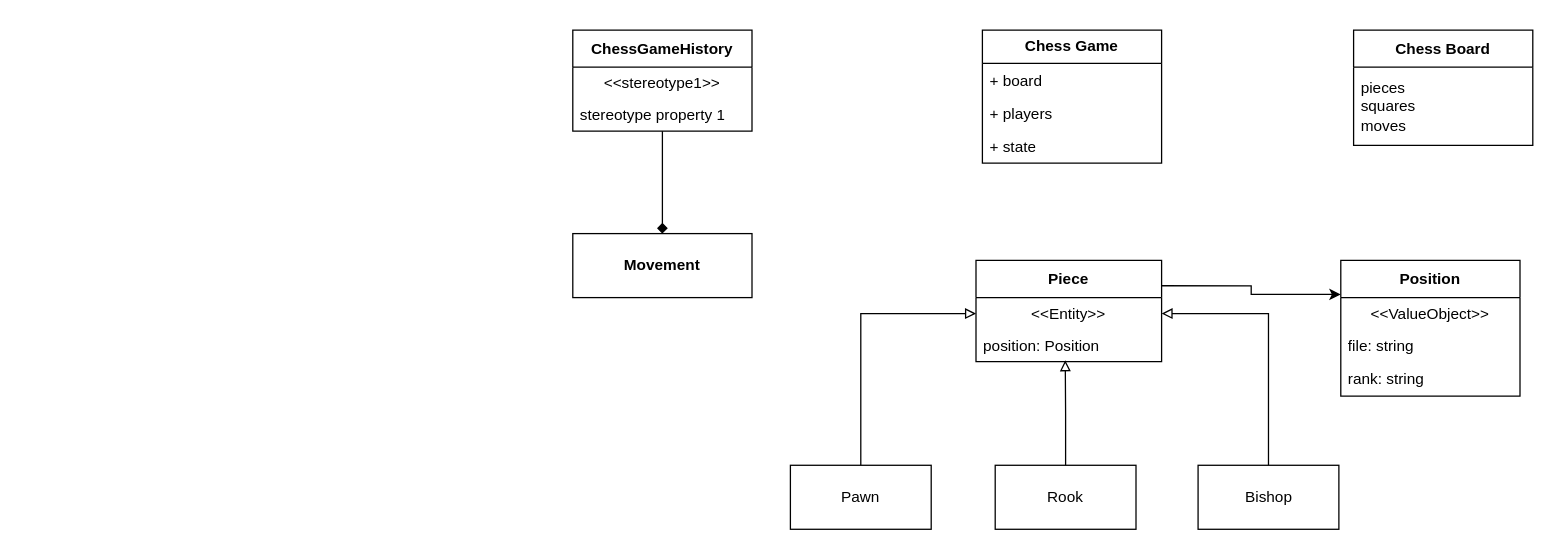
Earlier version of the draw.io diagram Diagrams/Chess.drawio (stanislavorlov/chess-game). Source tidied: cells renumbered, new cells numbered last; positions are measured from the earlier drawing's top-left corner, leaving out a move shared by most shapes. Both pictures are drawn from the tidied source at 128%, with x=0, y=0 at pixel (572, 29).
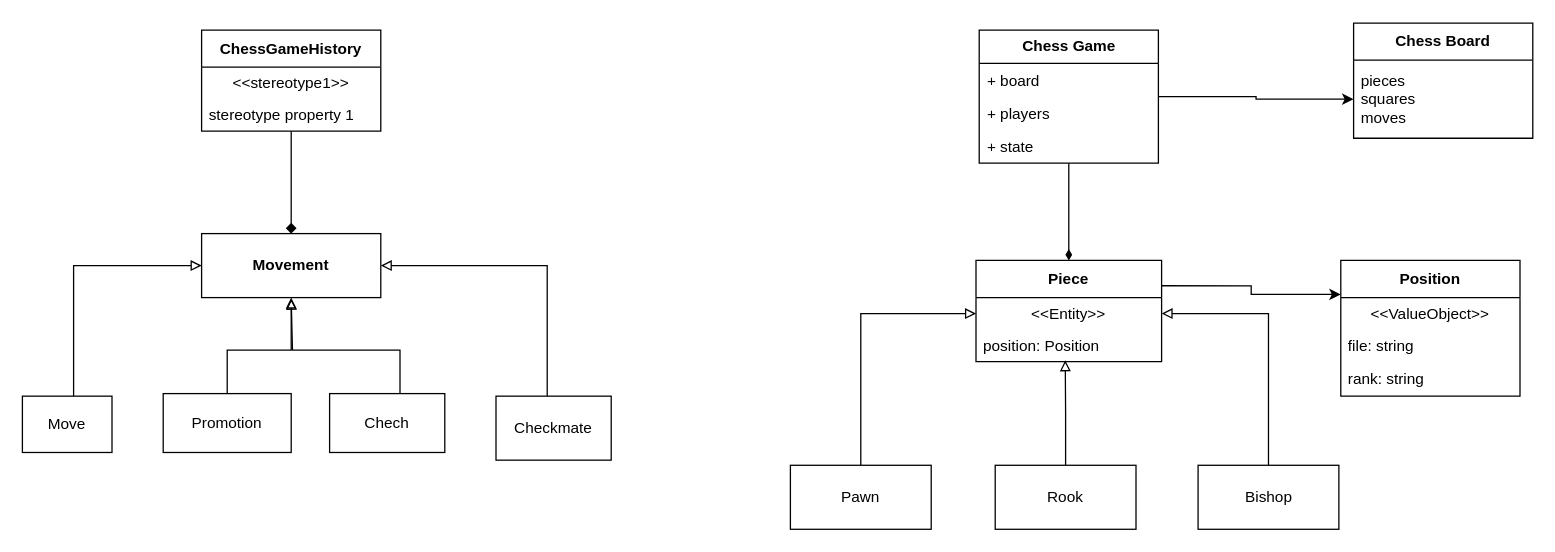
After the change.

Commit message:
Class Diagram

Unchanged cells that the change refers to:
```xml
<mxCell id="3" value="Piece" style="swimlane;fontStyle=1;align=center;verticalAlign=middle;horizontal=1;startSize=29;html=1;whiteSpace=wrap;" parent="1" vertex="1">
  <mxGeometry x="315" y="180" width="145" height="79" as="geometry" />
</mxCell>
<mxCell id="21" value="pieces&lt;div&gt;squares&lt;/div&gt;&lt;div&gt;moves&lt;/div&gt;" style="text;html=1;strokeColor=none;fillColor=none;align=left;verticalAlign=middle;spacingLeft=4;spacingRight=4;overflow=hidden;points=[[0,0.5],[1,0.5]];portConstraint=eastwest;whiteSpace=wrap;" parent="20" vertex="1">
  <mxGeometry y="29" width="140" height="61" as="geometry" />
</mxCell>
```

Change to the diagram source:
```diff
@@
+    <mxCell id="27" style="edgeStyle=orthogonalEdgeStyle;rounded=0;jettySize=auto;html=1;entryX=0.5;entryY=0;entryDx=0;entryDy=0;endArrow=diamondThin;endFill=1;" parent="1" edge="1" source="16" target="3">
+      <mxGeometry relative="1" as="geometry" />
+    </mxCell>
+    <mxCell id="28" style="edgeStyle=orthogonalEdgeStyle;rounded=0;jettySize=auto;html=1;entryX=0;entryY=0.5;entryDx=0;entryDy=0;" parent="1" edge="1" source="16" target="21">
+      <mxGeometry relative="1" as="geometry" />
+    </mxCell>
     <mxCell id="16" value="&lt;b&gt;Chess Game&lt;/b&gt;" style="swimlane;fontStyle=0;horizontal=1;startSize=26;fillColor=none;whiteSpace=wrap;html=1;" parent="1" vertex="1">
-      <mxGeometry x="320" width="140" height="104" as="geometry" />
+      <mxGeometry x="317.5" width="140" height="104" as="geometry" />
     </mxCell>
@@
     <mxCell id="20" value="Chess Board" style="swimlane;fontStyle=1;align=center;verticalAlign=middle;horizontal=1;startSize=29;html=1;whiteSpace=wrap;" parent="1" vertex="1">
-      <mxGeometry x="610" width="140" height="90" as="geometry" />
+      <mxGeometry x="610" y="-5.5" width="140" height="90" as="geometry" />
     </mxCell>
@@
     <mxCell id="23" value="ChessGameHistory" style="swimlane;fontStyle=1;align=center;verticalAlign=middle;horizontal=1;startSize=29;html=1;whiteSpace=wrap;" parent="1" vertex="1">
-      <mxGeometry width="140" height="79" as="geometry" />
+      <mxGeometry x="-290" width="140" height="79" as="geometry" />
     </mxCell>
@@
     <mxCell id="26" value="Movement" style="html=1;whiteSpace=wrap;fontStyle=1;" parent="1" vertex="1">
-      <mxGeometry y="159" width="140" height="50" as="geometry" />
+      <mxGeometry x="-290" y="159" width="140" height="50" as="geometry" />
     </mxCell>
+    <mxCell id="29" style="edgeStyle=orthogonalEdgeStyle;rounded=0;jettySize=auto;html=1;entryX=0;entryY=0.5;entryDx=0;entryDy=0;endArrow=block;endFill=0;" parent="1" edge="1" source="30" target="26">
+      <mxGeometry relative="1" as="geometry">
+        <Array as="points">
+          <mxPoint x="-390" y="184" />
+        </Array>
+      </mxGeometry>
+    </mxCell>
+    <mxCell id="30" value="Move" style="html=1;whiteSpace=wrap;" parent="1" vertex="1">
+      <mxGeometry x="-430" y="286" width="70" height="44" as="geometry" />
+    </mxCell>
+    <mxCell id="31" style="edgeStyle=orthogonalEdgeStyle;rounded=0;jettySize=auto;html=1;endArrow=block;endFill=0;" parent="1" edge="1" source="32" target="26">
+      <mxGeometry relative="1" as="geometry">
+        <Array as="points">
+          <mxPoint x="-270" y="250" />
+          <mxPoint x="-220" y="250" />
+        </Array>
+      </mxGeometry>
+    </mxCell>
+    <mxCell id="32" value="Promotion" style="html=1;whiteSpace=wrap;" parent="1" vertex="1">
+      <mxGeometry x="-320" y="284" width="100" height="46" as="geometry" />
+    </mxCell>
+    <mxCell id="33" style="edgeStyle=orthogonalEdgeStyle;rounded=0;jettySize=auto;html=1;endArrow=block;endFill=0;" parent="1" edge="1" source="34">
+      <mxGeometry relative="1" as="geometry">
+        <mxPoint x="-220" y="210" as="targetPoint" />
+        <Array as="points">
+          <mxPoint x="-135" y="250" />
+          <mxPoint x="-219" y="250" />
+        </Array>
+      </mxGeometry>
+    </mxCell>
+    <mxCell id="34" value="Chech" style="html=1;whiteSpace=wrap;" parent="1" vertex="1">
+      <mxGeometry x="-190" y="284" width="90" height="46" as="geometry" />
+    </mxCell>
+    <mxCell id="35" style="edgeStyle=orthogonalEdgeStyle;rounded=0;jettySize=auto;html=1;entryX=1;entryY=0.5;entryDx=0;entryDy=0;endArrow=block;endFill=0;" parent="1" edge="1" source="36" target="26">
+      <mxGeometry relative="1" as="geometry">
+        <Array as="points">
+          <mxPoint x="-20" y="184" />
+        </Array>
+      </mxGeometry>
+    </mxCell>
+    <mxCell id="36" value="Checkmate" style="html=1;whiteSpace=wrap;" parent="1" vertex="1">
+      <mxGeometry x="-60" y="286" width="90" height="50" as="geometry" />
+    </mxCell>
```
